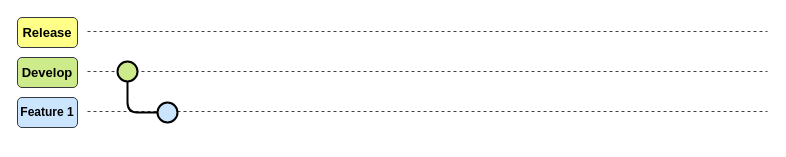
LEOSZ8/Tesis_Msc_LSZ keeps this draw.io diagram as page "Develop" (2 of 3) of 03_ImagenesRepo/01_GitFlow.drawio. Above is the earlier version. Source tidied: cells renumbered, new cells numbered last; positions are measured from the earlier drawing's top-left corner, leaving out a move shared by most shapes. Both pictures are drawn from the tidied source at 100%, with x=0, y=0 at pixel (17, 17).
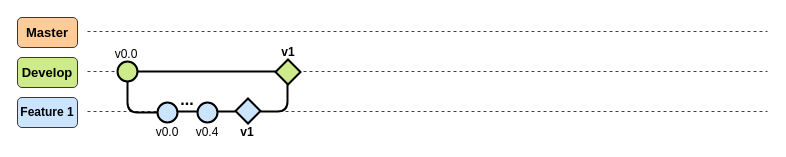
The same diagram, later.

The edit, as a diff of the source:
```diff
@@
-    <mxCell id="5" value="&lt;b style=&quot;&quot;&gt;&lt;font style=&quot;font-size: 13px;&quot;&gt;Release&lt;/font&gt;&lt;/b&gt;" style="rounded=1;whiteSpace=wrap;html=1;fillColor=#ffff88;strokeColor=#36393d;" parent="1" vertex="1">
+    <mxCell id="5" value="&lt;b style=&quot;&quot;&gt;&lt;font style=&quot;font-size: 13px;&quot;&gt;Master&lt;/font&gt;&lt;/b&gt;" style="rounded=1;whiteSpace=wrap;html=1;fillColor=#FFCC99;strokeColor=#36393d;" parent="1" vertex="1">
       <mxGeometry width="60" height="30" as="geometry" />
     </mxCell>
@@
+    <mxCell id="11" style="edgeStyle=orthogonalEdgeStyle;rounded=0;jettySize=auto;html=1;strokeWidth=2;endArrow=none;endFill=0;" parent="1" edge="1" source="8">
+      <mxGeometry relative="1" as="geometry">
+        <mxPoint x="260" y="54" as="targetPoint" />
+        <Array as="points">
+          <mxPoint x="160" y="54" />
+          <mxPoint x="160" y="54" />
+        </Array>
+      </mxGeometry>
+    </mxCell>
-    <mxCell id="8" style="ellipse;whiteSpace=wrap;html=1;fillColor=#cdeb8b;strokeColor=#000000;strokeWidth=2;" parent="1" vertex="1">
+    <mxCell id="8" style="ellipse;whiteSpace=wrap;html=1;fillColor=#CDEB8B;strokeColor=#000000;strokeWidth=2;" parent="1" vertex="1">
       <mxGeometry x="100" y="44" width="20" height="20" as="geometry" />
     </mxCell>
@@
+    <mxCell id="12" style="edgeStyle=orthogonalEdgeStyle;rounded=0;orthogonalLoop=1;jettySize=auto;html=1;endArrow=none;endFill=0;strokeWidth=2;" parent="1" edge="1">
+      <mxGeometry relative="1" as="geometry">
+        <mxPoint x="160" y="94" as="sourcePoint" />
+        <mxPoint x="180" y="94" as="targetPoint" />
+      </mxGeometry>
+    </mxCell>
@@
+    <mxCell id="13" style="edgeStyle=orthogonalEdgeStyle;rounded=0;jettySize=auto;html=1;endArrow=none;endFill=0;strokeWidth=2;entryX=0;entryY=0.5;entryDx=0;entryDy=0;" parent="1" edge="1" target="17">
+      <mxGeometry relative="1" as="geometry">
+        <mxPoint x="200" y="94" as="sourcePoint" />
+      </mxGeometry>
+    </mxCell>
+    <mxCell id="14" style="ellipse;whiteSpace=wrap;html=1;fillColor=#cce5ff;strokeColor=#000000;strokeWidth=2;" parent="1" vertex="1">
+      <mxGeometry x="180" y="85" width="20" height="20" as="geometry" />
+    </mxCell>
+    <mxCell id="15" value="v0.0" style="text;html=1;align=center;verticalAlign=middle;whiteSpace=wrap;rounded=0;" parent="1" vertex="1">
+      <mxGeometry x="135" y="110" width="30" height="10" as="geometry" />
+    </mxCell>
+    <mxCell id="16" value="v0.4" style="text;html=1;align=center;verticalAlign=middle;whiteSpace=wrap;rounded=0;" parent="1" vertex="1">
+      <mxGeometry x="175" y="110" width="30" height="10" as="geometry" />
+    </mxCell>
+    <mxCell id="17" style="rhombus;whiteSpace=wrap;html=1;fillColor=#cce5ff;strokeColor=#000000;strokeWidth=2;" parent="1" vertex="1">
+      <mxGeometry x="218" y="81" width="25" height="25" as="geometry" />
+    </mxCell>
+    <mxCell id="18" value="&lt;font style=&quot;font-size: 16px;&quot;&gt;&lt;b&gt;...&lt;/b&gt;&lt;/font&gt;" style="text;html=1;whiteSpace=wrap;strokeColor=none;fillColor=none;align=center;verticalAlign=middle;rounded=0;" parent="1" vertex="1">
+      <mxGeometry x="160" y="74" width="20" height="16" as="geometry" />
+    </mxCell>
+    <mxCell id="19" value="v1" style="text;html=1;align=center;verticalAlign=middle;whiteSpace=wrap;rounded=0;fontStyle=1;" parent="1" vertex="1">
+      <mxGeometry x="215" y="110" width="30" height="10" as="geometry" />
+    </mxCell>
+    <mxCell id="20" style="rhombus;whiteSpace=wrap;html=1;fillColor=#CDEB8B;strokeColor=#000000;strokeWidth=2;" parent="1" vertex="1">
+      <mxGeometry x="258" y="42" width="25" height="25" as="geometry" />
+    </mxCell>
+    <mxCell id="21" style="edgeStyle=orthogonalEdgeStyle;rounded=1;jettySize=auto;html=1;curved=0;strokeWidth=2;endArrow=none;startFill=0;" parent="1" edge="1" target="20">
+      <mxGeometry relative="1" as="geometry">
+        <mxPoint x="243" y="94" as="sourcePoint" />
+        <Array as="points">
+          <mxPoint x="270" y="94" />
+        </Array>
+      </mxGeometry>
+    </mxCell>
+    <mxCell id="22" value="v1" style="text;html=1;align=center;verticalAlign=middle;whiteSpace=wrap;rounded=0;fontStyle=1;" parent="1" vertex="1">
+      <mxGeometry x="255.5" y="30" width="30" height="10" as="geometry" />
+    </mxCell>
+    <mxCell id="23" value="v0.0" style="text;html=1;align=center;verticalAlign=middle;whiteSpace=wrap;rounded=0;" parent="1" vertex="1">
+      <mxGeometry x="94" y="32" width="30" height="10" as="geometry" />
+    </mxCell>
```
